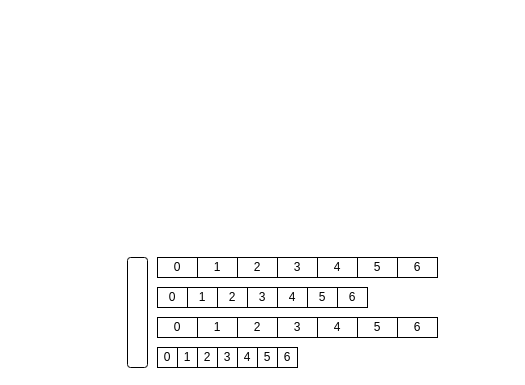
The draw.io diagram ECS/ECS_Data_Layout.drawio in PaperPrototype/flowchart-diagrams, before the edit. Source tidied: cells renumbered, new cells numbered last; positions are measured from the earlier drawing's top-left corner, leaving out a move shared by most shapes. Both pictures are drawn from the tidied source at 100%, with x=0, y=0 at pixel (127, 257).
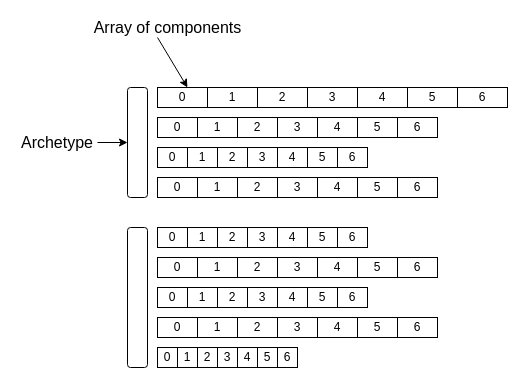
Above is the later version.

Diff of the diagram source:
```diff
@@
     <mxCell id="2" style="rounded=1;whiteSpace=wrap;html=1;" parent="1" vertex="1">
-      <mxGeometry width="20" height="110" as="geometry" />
+      <mxGeometry y="-30" width="20" height="140" as="geometry" />
     </mxCell>
@@
+    <mxCell id="31" style="rounded=1;whiteSpace=wrap;html=1;" parent="1" vertex="1">
+      <mxGeometry y="-170" width="20" height="110" as="geometry" />
+    </mxCell>
+    <mxCell id="32" value="0" style="rounded=0;whiteSpace=wrap;html=1;" parent="1" vertex="1">
+      <mxGeometry x="30" y="-170" width="50" height="20" as="geometry" />
+    </mxCell>
+    <mxCell id="33" value="0" style="rounded=0;whiteSpace=wrap;html=1;" parent="1" vertex="1">
+      <mxGeometry x="30" y="-110" width="30" height="20" as="geometry" />
+    </mxCell>
+    <mxCell id="34" value="0" style="rounded=0;whiteSpace=wrap;html=1;" parent="1" vertex="1">
+      <mxGeometry x="30" y="-140" width="40" height="20" as="geometry" />
+    </mxCell>
+    <mxCell id="35" value="1" style="rounded=0;whiteSpace=wrap;html=1;" parent="1" vertex="1">
+      <mxGeometry x="80" y="-170" width="50" height="20" as="geometry" />
+    </mxCell>
+    <mxCell id="36" value="2" style="rounded=0;whiteSpace=wrap;html=1;" parent="1" vertex="1">
+      <mxGeometry x="130" y="-170" width="50" height="20" as="geometry" />
+    </mxCell>
+    <mxCell id="37" value="1" style="rounded=0;whiteSpace=wrap;html=1;" parent="1" vertex="1">
+      <mxGeometry x="60" y="-110" width="30" height="20" as="geometry" />
+    </mxCell>
+    <mxCell id="38" value="2" style="rounded=0;whiteSpace=wrap;html=1;" parent="1" vertex="1">
+      <mxGeometry x="90" y="-110" width="30" height="20" as="geometry" />
+    </mxCell>
+    <mxCell id="39" value="3" style="rounded=0;whiteSpace=wrap;html=1;" parent="1" vertex="1">
+      <mxGeometry x="120" y="-110" width="30" height="20" as="geometry" />
+    </mxCell>
+    <mxCell id="40" value="4" style="rounded=0;whiteSpace=wrap;html=1;" parent="1" vertex="1">
+      <mxGeometry x="150" y="-110" width="30" height="20" as="geometry" />
+    </mxCell>
+    <mxCell id="41" value="5" style="rounded=0;whiteSpace=wrap;html=1;" parent="1" vertex="1">
+      <mxGeometry x="180" y="-110" width="30" height="20" as="geometry" />
+    </mxCell>
+    <mxCell id="42" value="6" style="rounded=0;whiteSpace=wrap;html=1;" parent="1" vertex="1">
+      <mxGeometry x="210" y="-110" width="30" height="20" as="geometry" />
+    </mxCell>
+    <mxCell id="43" value="1" style="rounded=0;whiteSpace=wrap;html=1;" parent="1" vertex="1">
+      <mxGeometry x="70" y="-140" width="40" height="20" as="geometry" />
+    </mxCell>
+    <mxCell id="44" value="2" style="rounded=0;whiteSpace=wrap;html=1;" parent="1" vertex="1">
+      <mxGeometry x="110" y="-140" width="40" height="20" as="geometry" />
+    </mxCell>
+    <mxCell id="45" value="3" style="rounded=0;whiteSpace=wrap;html=1;" parent="1" vertex="1">
+      <mxGeometry x="150" y="-140" width="40" height="20" as="geometry" />
+    </mxCell>
+    <mxCell id="46" value="4" style="rounded=0;whiteSpace=wrap;html=1;" parent="1" vertex="1">
+      <mxGeometry x="190" y="-140" width="40" height="20" as="geometry" />
+    </mxCell>
+    <mxCell id="47" value="5" style="rounded=0;whiteSpace=wrap;html=1;" parent="1" vertex="1">
+      <mxGeometry x="230" y="-140" width="40" height="20" as="geometry" />
+    </mxCell>
+    <mxCell id="48" value="6" style="rounded=0;whiteSpace=wrap;html=1;" parent="1" vertex="1">
+      <mxGeometry x="270" y="-140" width="40" height="20" as="geometry" />
+    </mxCell>
+    <mxCell id="49" value="3" style="rounded=0;whiteSpace=wrap;html=1;" parent="1" vertex="1">
+      <mxGeometry x="180" y="-170" width="50" height="20" as="geometry" />
+    </mxCell>
+    <mxCell id="50" value="4" style="rounded=0;whiteSpace=wrap;html=1;" parent="1" vertex="1">
+      <mxGeometry x="230" y="-170" width="50" height="20" as="geometry" />
+    </mxCell>
+    <mxCell id="51" value="5" style="rounded=0;whiteSpace=wrap;html=1;" parent="1" vertex="1">
+      <mxGeometry x="280" y="-170" width="50" height="20" as="geometry" />
+    </mxCell>
+    <mxCell id="52" value="6" style="rounded=0;whiteSpace=wrap;html=1;" parent="1" vertex="1">
+      <mxGeometry x="330" y="-170" width="50" height="20" as="geometry" />
+    </mxCell>
+    <mxCell id="53" value="0" style="rounded=0;whiteSpace=wrap;html=1;" parent="1" vertex="1">
+      <mxGeometry x="30" y="-80" width="40" height="20" as="geometry" />
+    </mxCell>
+    <mxCell id="54" value="1" style="rounded=0;whiteSpace=wrap;html=1;" parent="1" vertex="1">
+      <mxGeometry x="70" y="-80" width="40" height="20" as="geometry" />
+    </mxCell>
+    <mxCell id="55" value="2" style="rounded=0;whiteSpace=wrap;html=1;" parent="1" vertex="1">
+      <mxGeometry x="110" y="-80" width="40" height="20" as="geometry" />
+    </mxCell>
+    <mxCell id="56" value="3" style="rounded=0;whiteSpace=wrap;html=1;" parent="1" vertex="1">
+      <mxGeometry x="150" y="-80" width="40" height="20" as="geometry" />
+    </mxCell>
+    <mxCell id="57" value="4" style="rounded=0;whiteSpace=wrap;html=1;" parent="1" vertex="1">
+      <mxGeometry x="190" y="-80" width="40" height="20" as="geometry" />
+    </mxCell>
+    <mxCell id="58" value="5" style="rounded=0;whiteSpace=wrap;html=1;" parent="1" vertex="1">
+      <mxGeometry x="230" y="-80" width="40" height="20" as="geometry" />
+    </mxCell>
+    <mxCell id="59" value="6" style="rounded=0;whiteSpace=wrap;html=1;" parent="1" vertex="1">
+      <mxGeometry x="270" y="-80" width="40" height="20" as="geometry" />
+    </mxCell>
+    <mxCell id="60" style="edgeStyle=orthogonalEdgeStyle;rounded=0;jettySize=auto;html=1;exitX=1;exitY=0.5;exitDx=0;exitDy=0;" parent="1" edge="1" source="61" target="31">
+      <mxGeometry relative="1" as="geometry" />
+    </mxCell>
+    <mxCell id="61" value="Archetype" style="text;html=1;strokeColor=none;fillColor=none;align=center;verticalAlign=middle;whiteSpace=wrap;rounded=0;fontSize=16;" parent="1" vertex="1">
+      <mxGeometry x="-110" y="-125" width="80" height="20" as="geometry" />
+    </mxCell>
+    <mxCell id="62" style="endArrow=classic;html=1;fontSize=16;" parent="1" edge="1">
+      <mxGeometry relative="1" as="geometry">
+        <mxPoint x="30" y="-220" as="sourcePoint" />
+        <mxPoint x="60" y="-170" as="targetPoint" />
+      </mxGeometry>
+    </mxCell>
+    <mxCell id="63" value="0" style="rounded=0;whiteSpace=wrap;html=1;" parent="1" vertex="1">
+      <mxGeometry x="30" y="-30" width="30" height="20" as="geometry" />
+    </mxCell>
+    <mxCell id="64" value="1" style="rounded=0;whiteSpace=wrap;html=1;" parent="1" vertex="1">
+      <mxGeometry x="60" y="-30" width="30" height="20" as="geometry" />
+    </mxCell>
+    <mxCell id="65" value="2" style="rounded=0;whiteSpace=wrap;html=1;" parent="1" vertex="1">
+      <mxGeometry x="90" y="-30" width="30" height="20" as="geometry" />
+    </mxCell>
+    <mxCell id="66" value="3" style="rounded=0;whiteSpace=wrap;html=1;" parent="1" vertex="1">
+      <mxGeometry x="120" y="-30" width="30" height="20" as="geometry" />
+    </mxCell>
+    <mxCell id="67" value="4" style="rounded=0;whiteSpace=wrap;html=1;" parent="1" vertex="1">
+      <mxGeometry x="150" y="-30" width="30" height="20" as="geometry" />
+    </mxCell>
+    <mxCell id="68" value="5" style="rounded=0;whiteSpace=wrap;html=1;" parent="1" vertex="1">
+      <mxGeometry x="180" y="-30" width="30" height="20" as="geometry" />
+    </mxCell>
+    <mxCell id="69" value="6" style="rounded=0;whiteSpace=wrap;html=1;" parent="1" vertex="1">
+      <mxGeometry x="210" y="-30" width="30" height="20" as="geometry" />
+    </mxCell>
+    <mxCell id="70" value="Array of components" style="text;html=1;strokeColor=none;fillColor=none;align=center;verticalAlign=middle;whiteSpace=wrap;rounded=0;fontSize=16;" parent="1" vertex="1">
+      <mxGeometry x="-47.5" y="-240" width="175" height="20" as="geometry" />
+    </mxCell>
```
